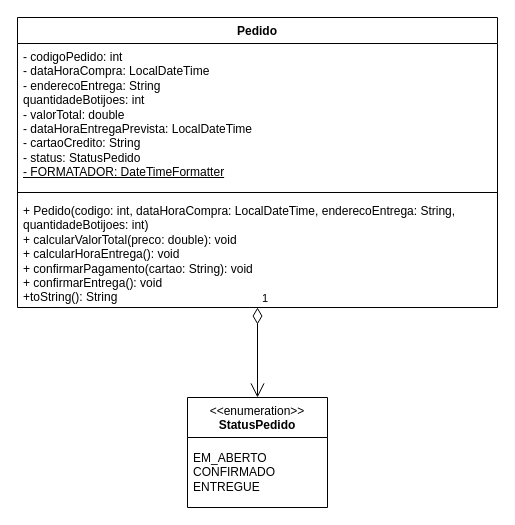
Before: Q1/docs/diagramaPedido.drawio in beatrizsouto3/Lista3_POO, a draw.io diagram. Source tidied: cells renumbered, new cells numbered last; positions are measured from the earlier drawing's top-left corner, leaving out a move shared by most shapes. Both pictures are drawn from the tidied source at 100%, with x=0, y=0 at pixel (17, 17).
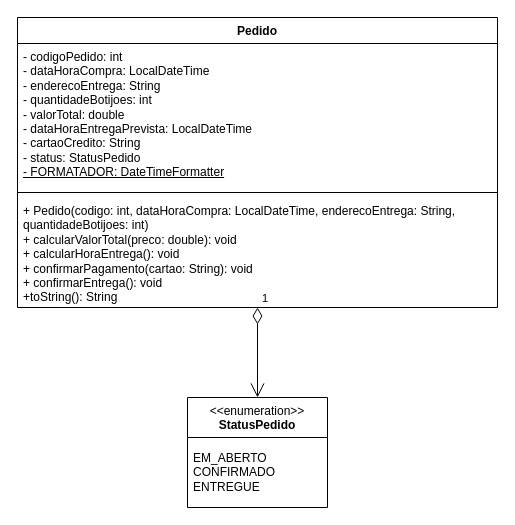
Above is the later version.

Commit message (it also covers changes not shown here):
modificação diagrama UML | questão 1

Change to the diagram source:
```diff
@@
 <mxGraphModel background="#ffffff">
   <root>
     <mxCell id="0" />
     <mxCell id="1" parent="0" />
     <mxCell id="2" value="&amp;lt;&amp;lt;enumeration&amp;gt;&amp;gt;&lt;br&gt;&lt;b&gt;StatusPedido&lt;/b&gt;" style="swimlane;fontStyle=0;align=center;verticalAlign=top;horizontal=1;startSize=40;html=1;whiteSpace=wrap;" parent="1" vertex="1">
       <mxGeometry x="170" y="380" width="140" height="110" as="geometry" />
     </mxCell>
     <mxCell id="3" value="EM_ABERTO &lt;br&gt;CONFIRMADO &lt;br&gt;ENTREGUE" style="text;html=1;strokeColor=none;fillColor=none;align=left;verticalAlign=middle;spacingLeft=4;spacingRight=4;overflow=hidden;whiteSpace=wrap;" parent="2" vertex="1">
       <mxGeometry y="40" width="140" height="70" as="geometry" />
     </mxCell>
     <mxCell id="4" value="Pedido" style="swimlane;fontStyle=1;align=center;verticalAlign=top;horizontal=1;startSize=26;whiteSpace=wrap;html=1;" parent="1" vertex="1">
       <mxGeometry width="480" height="290" as="geometry" />
     </mxCell>
-    <mxCell id="5" value="- codigoPedido: int&lt;br&gt;- dataHoraCompra: LocalDateTime&lt;br&gt;- enderecoEntrega: String&lt;br&gt;quantidadeBotijoes: int&lt;br&gt;- valorTotal: double&lt;br&gt;- dataHoraEntregaPrevista: LocalDateTime&lt;br&gt;- cartaoCredito: String&lt;br&gt;- status: StatusPedido&lt;br&gt;&lt;u&gt;- FORMATADOR: DateTimeFormatter&lt;/u&gt;" style="text;strokeColor=none;fillColor=none;align=left;verticalAlign=top;spacingLeft=4;spacingRight=4;overflow=hidden;whiteSpace=wrap;html=1;" parent="4" vertex="1">
+    <mxCell id="5" value="- codigoPedido: int&lt;br&gt;- dataHoraCompra: LocalDateTime&lt;br&gt;- enderecoEntrega: String&lt;br&gt;- quantidadeBotijoes: int&lt;br&gt;- valorTotal: double&lt;br&gt;- dataHoraEntregaPrevista: LocalDateTime&lt;br&gt;- cartaoCredito: String&lt;br&gt;- status: StatusPedido&lt;br&gt;&lt;u&gt;- FORMATADOR: DateTimeFormatter&lt;/u&gt;" style="text;strokeColor=none;fillColor=none;align=left;verticalAlign=top;spacingLeft=4;spacingRight=4;overflow=hidden;whiteSpace=wrap;html=1;" parent="4" vertex="1">
       <mxGeometry y="26" width="480" height="144" as="geometry" />
     </mxCell>
     <mxCell id="6" style="line;strokeWidth=1;fillColor=none;align=left;verticalAlign=middle;spacingTop=-1;spacingLeft=3;spacingRight=3;labelPosition=right;strokeColor=inherit;" parent="4" vertex="1">
       <mxGeometry y="170" width="480" height="10" as="geometry" />
     </mxCell>
     <mxCell id="7" value="+ Pedido(codigo: int, dataHoraCompra: LocalDateTime, enderecoEntrega: String, quantidadeBotijoes: int)&lt;br&gt;+ calcularValorTotal(preco: double): void&lt;br&gt;+ calcularHoraEntrega(): void&lt;br&gt;+ confirmarPagamento(cartao: String): void&lt;br&gt;+ confirmarEntrega(): void&lt;br&gt;+toString(): String" style="text;strokeColor=none;fillColor=none;align=left;verticalAlign=top;spacingLeft=4;spacingRight=4;overflow=hidden;whiteSpace=wrap;html=1;" parent="4" vertex="1">
       <mxGeometry y="180" width="480" height="110" as="geometry" />
     </mxCell>
     <mxCell id="8" value="1" style="endArrow=open;html=1;endSize=12;startArrow=diamondThin;startSize=14;startFill=0;edgeStyle=orthogonalEdgeStyle;align=left;verticalAlign=bottom;entryX=0.5;entryY=0;entryDx=0;entryDy=0;" parent="1" edge="1" source="4" target="2">
       <mxGeometry x="-1" y="3" relative="1" as="geometry" />
     </mxCell>
   </root>
 </mxGraphModel>
```
